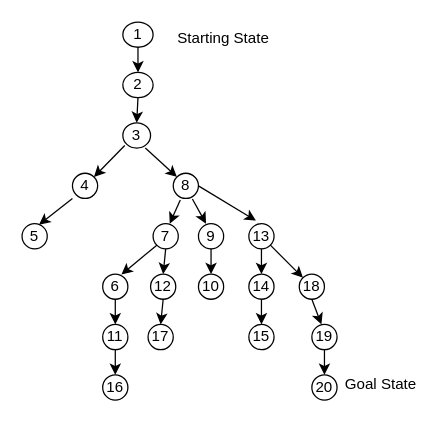
This is Artificial Intelligence/assign1-state-space-tree.drawio from TheBigBookMan/grad-dip, a draw.io file, before an edit. Source tidied: cells renumbered, new cells numbered last; positions are measured from the earlier drawing's top-left corner, leaving out a move shared by most shapes. Both pictures are drawn from the tidied source at 126%, with x=0, y=0 at pixel (21, 21).
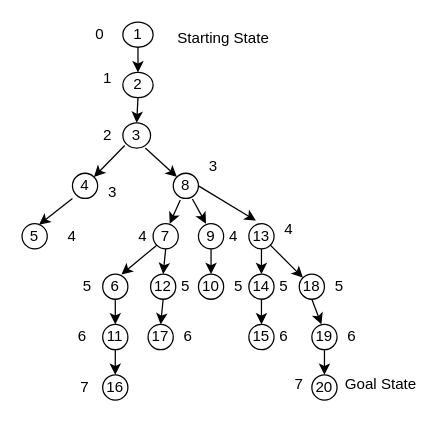
After the change.

What changed in the source:
```diff
@@
+    <mxCell id="43" value="0" style="text;html=1;strokeColor=none;fillColor=none;align=center;verticalAlign=middle;whiteSpace=wrap;rounded=0;" parent="1" vertex="1">
+      <mxGeometry x="50" y="5" width="24" height="10" as="geometry" />
+    </mxCell>
+    <mxCell id="44" value="4" style="text;html=1;strokeColor=none;fillColor=none;align=center;verticalAlign=middle;whiteSpace=wrap;rounded=0;" parent="1" vertex="1">
+      <mxGeometry x="30" y="165" width="20" height="10" as="geometry" />
+    </mxCell>
+    <mxCell id="45" value="7" style="text;html=1;strokeColor=none;fillColor=none;align=center;verticalAlign=middle;whiteSpace=wrap;rounded=0;" parent="1" vertex="1">
+      <mxGeometry x="40" y="285" width="20" height="10" as="geometry" />
+    </mxCell>
+    <mxCell id="46" value="1" style="text;html=1;strokeColor=none;fillColor=none;align=center;verticalAlign=middle;whiteSpace=wrap;rounded=0;" parent="1" vertex="1">
+      <mxGeometry x="56" y="40" width="24" height="10" as="geometry" />
+    </mxCell>
+    <mxCell id="47" value="3" style="text;html=1;strokeColor=none;fillColor=none;align=center;verticalAlign=middle;whiteSpace=wrap;rounded=0;" parent="1" vertex="1">
+      <mxGeometry x="60" y="130" width="24" height="10" as="geometry" />
+    </mxCell>
+    <mxCell id="48" value="2" style="text;html=1;strokeColor=none;fillColor=none;align=center;verticalAlign=middle;whiteSpace=wrap;rounded=0;" parent="1" vertex="1">
+      <mxGeometry x="56" y="85" width="24" height="10" as="geometry" />
+    </mxCell>
+    <mxCell id="49" value="3" style="text;html=1;strokeColor=none;fillColor=none;align=center;verticalAlign=middle;whiteSpace=wrap;rounded=0;" parent="1" vertex="1">
+      <mxGeometry x="140" y="110" width="24" height="10" as="geometry" />
+    </mxCell>
+    <mxCell id="50" value="4" style="text;html=1;strokeColor=none;fillColor=none;align=center;verticalAlign=middle;whiteSpace=wrap;rounded=0;" parent="1" vertex="1">
+      <mxGeometry x="156" y="165" width="24" height="10" as="geometry" />
+    </mxCell>
+    <mxCell id="51" value="4" style="text;html=1;strokeColor=none;fillColor=none;align=center;verticalAlign=middle;whiteSpace=wrap;rounded=0;" parent="1" vertex="1">
+      <mxGeometry x="200" y="160" width="24" height="10" as="geometry" />
+    </mxCell>
+    <mxCell id="52" value="4" style="text;html=1;strokeColor=none;fillColor=none;align=center;verticalAlign=middle;whiteSpace=wrap;rounded=0;" parent="1" vertex="1">
+      <mxGeometry x="84" y="165" width="24" height="10" as="geometry" />
+    </mxCell>
+    <mxCell id="53" value="5" style="text;html=1;strokeColor=none;fillColor=none;align=center;verticalAlign=middle;whiteSpace=wrap;rounded=0;" parent="1" vertex="1">
+      <mxGeometry x="240" y="205" width="24" height="10" as="geometry" />
+    </mxCell>
+    <mxCell id="54" value="5" style="text;html=1;strokeColor=none;fillColor=none;align=center;verticalAlign=middle;whiteSpace=wrap;rounded=0;" parent="1" vertex="1">
+      <mxGeometry x="196" y="205" width="24" height="10" as="geometry" />
+    </mxCell>
+    <mxCell id="55" value="5" style="text;html=1;strokeColor=none;fillColor=none;align=center;verticalAlign=middle;whiteSpace=wrap;rounded=0;" parent="1" vertex="1">
+      <mxGeometry x="160" y="205" width="24" height="10" as="geometry" />
+    </mxCell>
+    <mxCell id="56" value="5" style="text;html=1;strokeColor=none;fillColor=none;align=center;verticalAlign=middle;whiteSpace=wrap;rounded=0;" parent="1" vertex="1">
+      <mxGeometry x="118" y="205" width="24" height="10" as="geometry" />
+    </mxCell>
+    <mxCell id="57" value="5" style="text;html=1;strokeColor=none;fillColor=none;align=center;verticalAlign=middle;whiteSpace=wrap;rounded=0;" parent="1" vertex="1">
+      <mxGeometry x="40" y="205" width="24" height="10" as="geometry" />
+    </mxCell>
+    <mxCell id="58" value="6" style="text;html=1;strokeColor=none;fillColor=none;align=center;verticalAlign=middle;whiteSpace=wrap;rounded=0;" parent="1" vertex="1">
+      <mxGeometry x="36" y="245" width="24" height="10" as="geometry" />
+    </mxCell>
+    <mxCell id="59" value="6" style="text;html=1;strokeColor=none;fillColor=none;align=center;verticalAlign=middle;whiteSpace=wrap;rounded=0;" parent="1" vertex="1">
+      <mxGeometry x="196" y="245" width="24" height="10" as="geometry" />
+    </mxCell>
+    <mxCell id="60" value="6" style="text;html=1;strokeColor=none;fillColor=none;align=center;verticalAlign=middle;whiteSpace=wrap;rounded=0;" parent="1" vertex="1">
+      <mxGeometry x="120" y="245" width="24" height="10" as="geometry" />
+    </mxCell>
+    <mxCell id="61" value="6" style="text;html=1;strokeColor=none;fillColor=none;align=center;verticalAlign=middle;whiteSpace=wrap;rounded=0;" parent="1" vertex="1">
+      <mxGeometry x="250" y="245" width="24" height="10" as="geometry" />
+    </mxCell>
+    <mxCell id="62" value="7" style="text;html=1;strokeColor=none;fillColor=none;align=center;verticalAlign=middle;whiteSpace=wrap;rounded=0;" parent="1" vertex="1">
+      <mxGeometry x="210" y="282.5" width="20" height="10" as="geometry" />
+    </mxCell>
```
